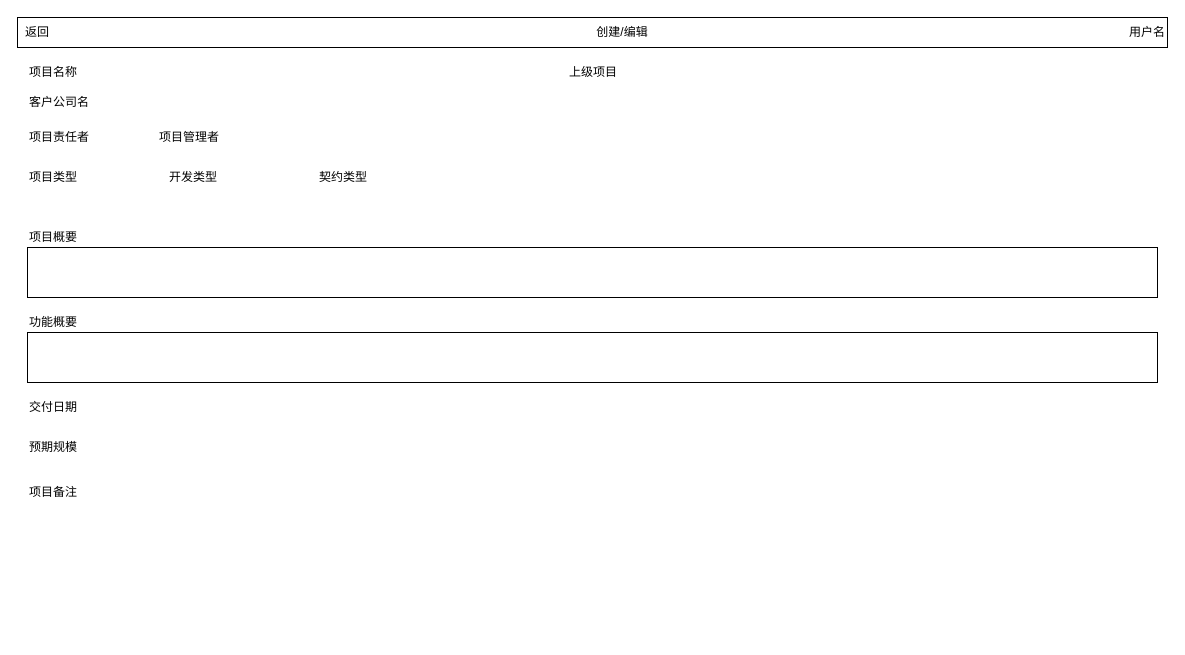
The draw.io diagram page "pm-project-edit" (3 of 24) of project-in-action/software-develop-management-system/doc/design/ui/sdms.drawio in callistoctopus/project-all-in-one, before the edit. Source tidied: cells renumbered, new cells numbered last; positions are measured from the earlier drawing's top-left corner, leaving out a move shared by most shapes. Both pictures are drawn from the tidied source at 100%, with x=0, y=0 at pixel (17, 17).
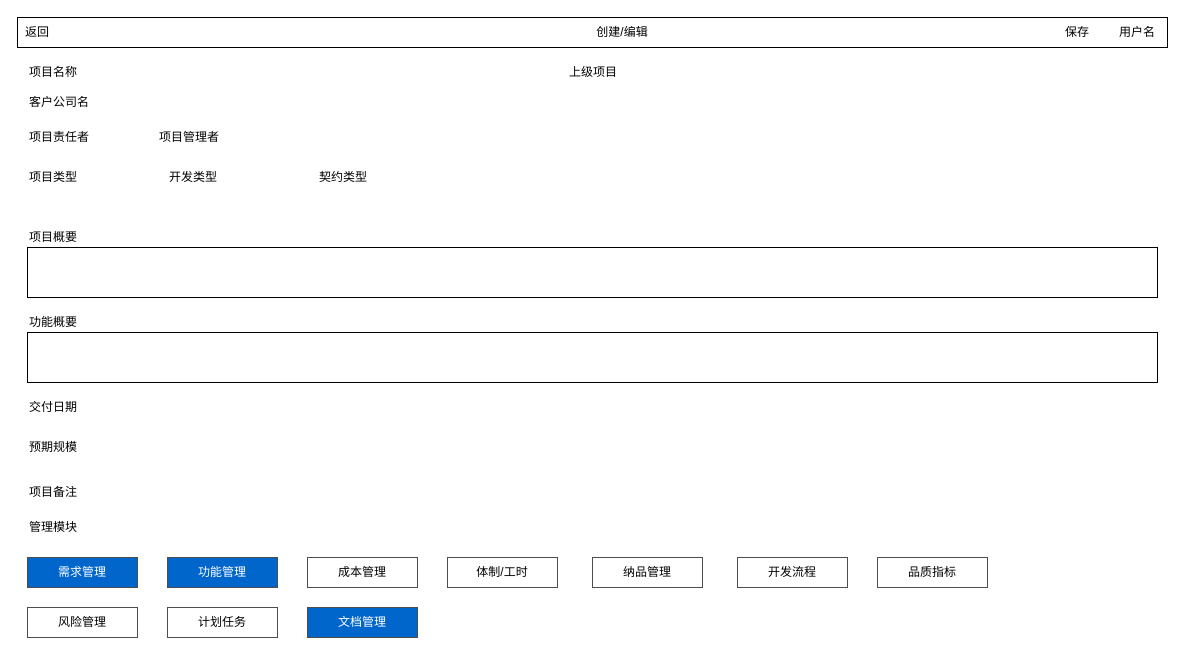
The same page after the edit.

Diff of the diagram source:
```diff
@@
     <mxCell id="4" value="用户名" style="text;html=1;strokeColor=none;fillColor=none;align=center;verticalAlign=middle;whiteSpace=wrap;rounded=0;" parent="1" vertex="1">
-      <mxGeometry x="1110" y="5" width="40" height="20" as="geometry" />
+      <mxGeometry x="1100" y="5" width="40" height="20" as="geometry" />
     </mxCell>
@@
+    <mxCell id="21" value="计划任务" style="rounded=0;whiteSpace=wrap;html=1;gradientColor=#ffffff;rotation=0;gradientDirection=south;strokeColor=#4D4D4D;" parent="1" vertex="1">
+      <mxGeometry x="150" y="590" width="110" height="30" as="geometry" />
+    </mxCell>
+    <mxCell id="22" value="开发流程" style="rounded=0;whiteSpace=wrap;html=1;gradientColor=#ffffff;rotation=0;gradientDirection=south;strokeColor=#4D4D4D;" parent="1" vertex="1">
+      <mxGeometry x="720" y="540" width="110" height="30" as="geometry" />
+    </mxCell>
+    <mxCell id="23" value="体制/工时" style="rounded=0;whiteSpace=wrap;html=1;gradientColor=#ffffff;rotation=0;gradientDirection=south;strokeColor=#4D4D4D;" parent="1" vertex="1">
+      <mxGeometry x="430" y="540" width="110" height="30" as="geometry" />
+    </mxCell>
+    <mxCell id="24" value="品质指标" style="rounded=0;whiteSpace=wrap;html=1;gradientColor=#ffffff;rotation=0;gradientDirection=south;strokeColor=#4D4D4D;" parent="1" vertex="1">
+      <mxGeometry x="860" y="540" width="110" height="30" as="geometry" />
+    </mxCell>
+    <mxCell id="25" value="风险管理" style="rounded=0;whiteSpace=wrap;html=1;gradientColor=#ffffff;rotation=0;gradientDirection=south;strokeColor=#4D4D4D;" parent="1" vertex="1">
+      <mxGeometry x="10" y="590" width="110" height="30" as="geometry" />
+    </mxCell>
+    <mxCell id="26" value="成本管理" style="rounded=0;whiteSpace=wrap;html=1;gradientColor=#ffffff;rotation=0;gradientDirection=south;strokeColor=#4D4D4D;" parent="1" vertex="1">
+      <mxGeometry x="290" y="540" width="110" height="30" as="geometry" />
+    </mxCell>
+    <mxCell id="27" value="功能管理" style="rounded=0;whiteSpace=wrap;html=1;gradientColor=none;rotation=0;gradientDirection=south;strokeColor=#4D4D4D;fontColor=#FFFFFF;fillColor=#0066CC;" parent="1" vertex="1">
+      <mxGeometry x="150" y="540" width="110" height="30" as="geometry" />
+    </mxCell>
+    <mxCell id="28" value="需求管理" style="rounded=0;whiteSpace=wrap;html=1;gradientColor=none;rotation=0;gradientDirection=south;strokeColor=#4D4D4D;fillColor=#0066CC;fontColor=#FFFFFF;" parent="1" vertex="1">
+      <mxGeometry x="10" y="540" width="110" height="30" as="geometry" />
+    </mxCell>
+    <mxCell id="29" value="纳品管理" style="rounded=0;whiteSpace=wrap;html=1;gradientColor=#ffffff;rotation=0;gradientDirection=south;strokeColor=#4D4D4D;" parent="1" vertex="1">
+      <mxGeometry x="575" y="540" width="110" height="30" as="geometry" />
+    </mxCell>
+    <mxCell id="30" value="文档管理" style="rounded=0;whiteSpace=wrap;html=1;gradientColor=none;rotation=0;gradientDirection=south;strokeColor=#4D4D4D;fillColor=#0066CC;fontColor=#FFFFFF;" parent="1" vertex="1">
+      <mxGeometry x="290" y="590" width="110" height="30" as="geometry" />
+    </mxCell>
+    <mxCell id="31" value="管理模块" style="text;html=1;strokeColor=none;fillColor=none;align=left;verticalAlign=middle;whiteSpace=wrap;rounded=0;" parent="1" vertex="1">
+      <mxGeometry x="10" y="500" width="70" height="20" as="geometry" />
+    </mxCell>
+    <mxCell id="32" value="保存" style="text;html=1;strokeColor=none;fillColor=none;align=center;verticalAlign=middle;whiteSpace=wrap;rounded=0;" parent="1" vertex="1">
+      <mxGeometry x="1040" y="5" width="40" height="20" as="geometry" />
+    </mxCell>
```
